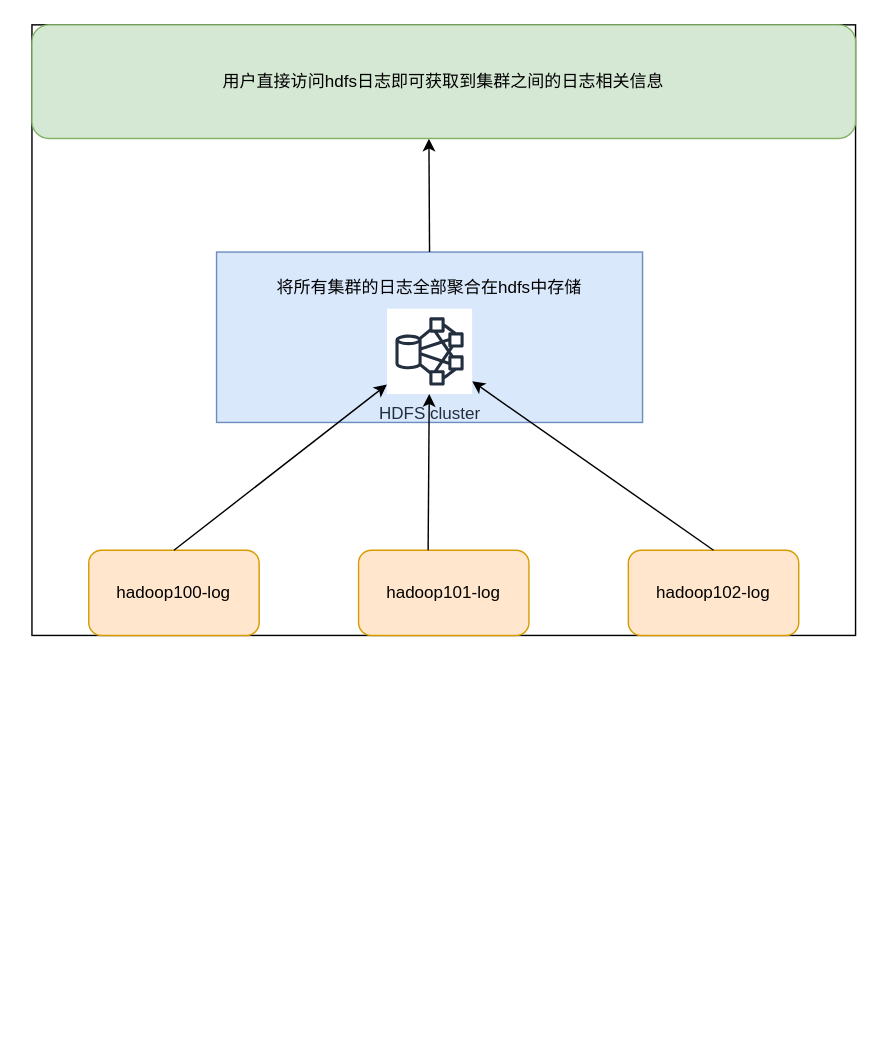
kushinae/diagrams keeps this draw.io diagram as tome/note/bigdata/hadoop/hadoop.drawio. Above is the earlier version. Source tidied: cells renumbered, new cells numbered last; positions are measured from the earlier drawing's top-left corner, leaving out a move shared by most shapes. Both pictures are drawn from the tidied source at 142%, with x=0, y=0 at pixel (31, 24).
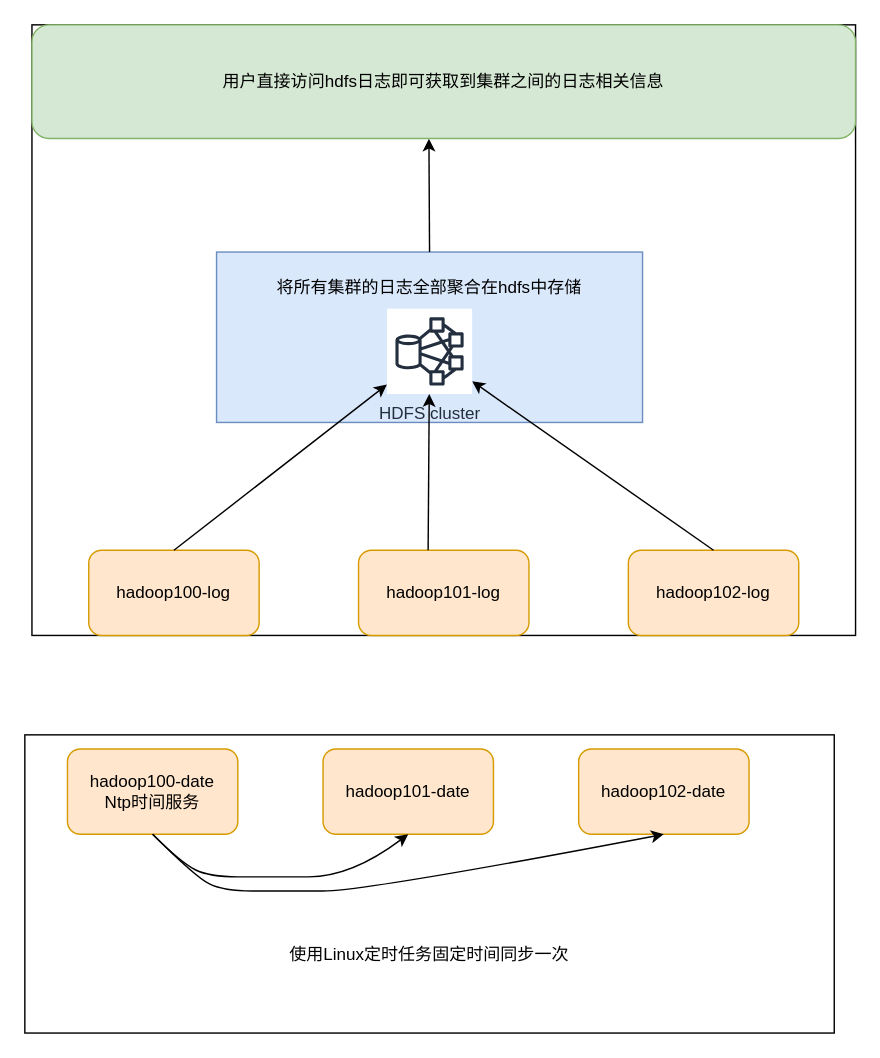
After the change.

Diff of the diagram source:
```diff
@@
+    <mxCell id="14" style="rounded=0;whiteSpace=wrap;html=1;" parent="1" vertex="1">
+      <mxGeometry x="-5" y="500" width="570" height="210" as="geometry" />
+    </mxCell>
+    <mxCell id="15" value="hadoop100-date&lt;br&gt;Ntp时间服务" style="rounded=1;whiteSpace=wrap;html=1;fillColor=#ffe6cc;strokeColor=#d79b00;" parent="1" vertex="1">
+      <mxGeometry x="25" y="510" width="120" height="60" as="geometry" />
+    </mxCell>
+    <mxCell id="16" value="hadoop101-date" style="rounded=1;whiteSpace=wrap;html=1;fillColor=#ffe6cc;strokeColor=#d79b00;" parent="1" vertex="1">
+      <mxGeometry x="205" y="510" width="120" height="60" as="geometry" />
+    </mxCell>
+    <mxCell id="17" value="hadoop102-date" style="rounded=1;whiteSpace=wrap;html=1;fillColor=#ffe6cc;strokeColor=#d79b00;" parent="1" vertex="1">
+      <mxGeometry x="385" y="510" width="120" height="60" as="geometry" />
+    </mxCell>
+    <mxCell id="18" style="curved=1;endArrow=classic;html=1;rounded=0;exitX=0.5;exitY=1;exitDx=0;exitDy=0;entryX=0.5;entryY=1;entryDx=0;entryDy=0;" parent="1" edge="1" source="15" target="16">
+      <mxGeometry relative="1" as="geometry">
+        <Array as="points">
+          <mxPoint x="105" y="590" />
+          <mxPoint x="125" y="600" />
+          <mxPoint x="165" y="600" />
+          <mxPoint x="225" y="600" />
+        </Array>
+      </mxGeometry>
+    </mxCell>
+    <mxCell id="19" style="curved=1;endArrow=classic;html=1;rounded=0;exitX=0.5;exitY=1;exitDx=0;exitDy=0;entryX=0.5;entryY=1;entryDx=0;entryDy=0;" parent="1" edge="1" source="15" target="17">
+      <mxGeometry relative="1" as="geometry">
+        <Array as="points">
+          <mxPoint x="115" y="600" />
+          <mxPoint x="135" y="610" />
+          <mxPoint x="175" y="610" />
+          <mxPoint x="235" y="610" />
+        </Array>
+      </mxGeometry>
+    </mxCell>
+    <mxCell id="20" value="使用Linux定时任务固定时间同步一次" style="text;html=1;strokeColor=none;fillColor=none;align=center;verticalAlign=middle;whiteSpace=wrap;rounded=0;" parent="1" vertex="1">
+      <mxGeometry x="155" y="640" width="250" height="30" as="geometry" />
+    </mxCell>
```
